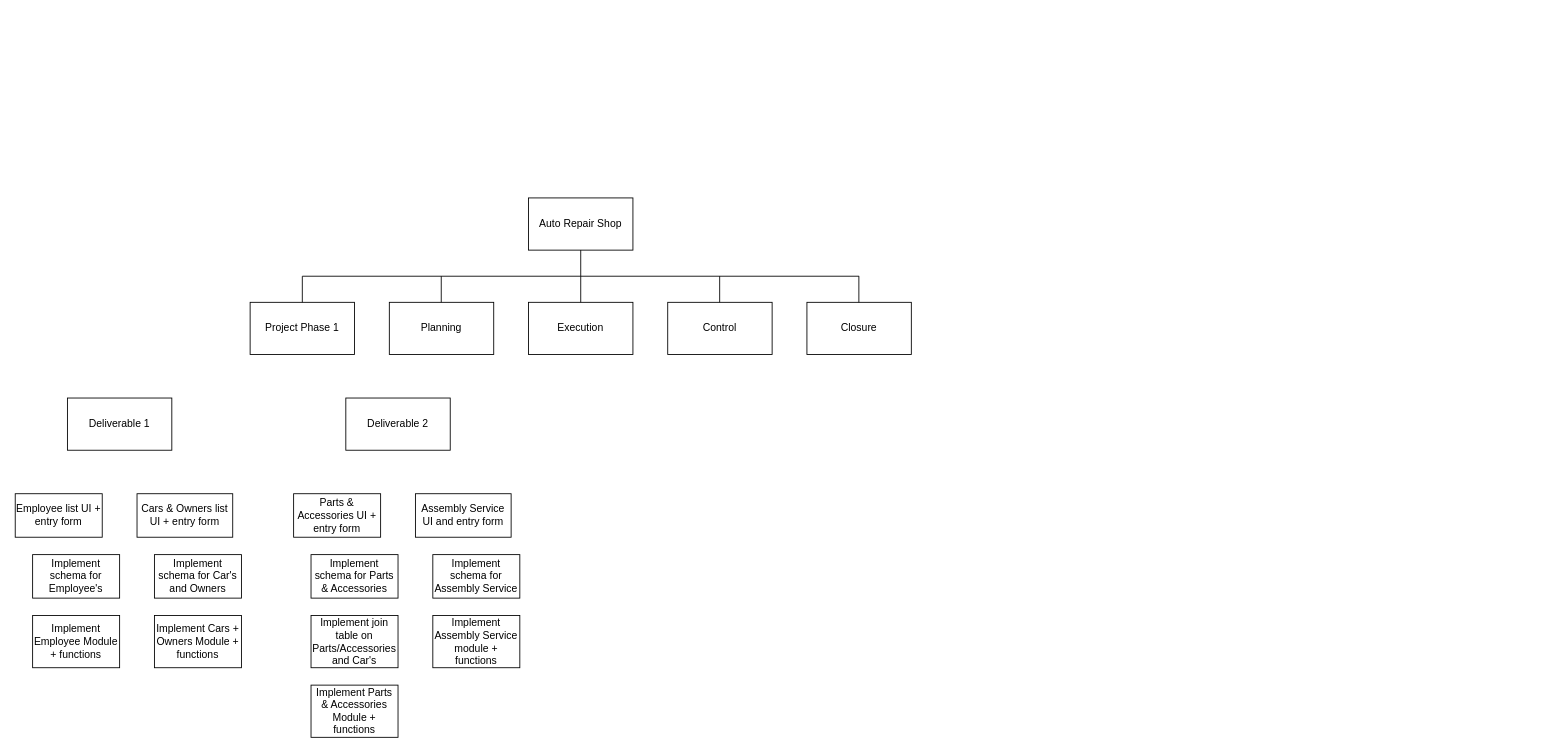
Above: AutoRepairHybrid.drawio in DylanBriSmith/4313Drawings (draw.io), before the change. Source tidied: cells renumbered, new cells numbered last; positions are measured from the earlier drawing's top-left corner, leaving out a move shared by most shapes. Both pictures are drawn from the tidied source at 87%, with x=0, y=0 at pixel (15, 197).
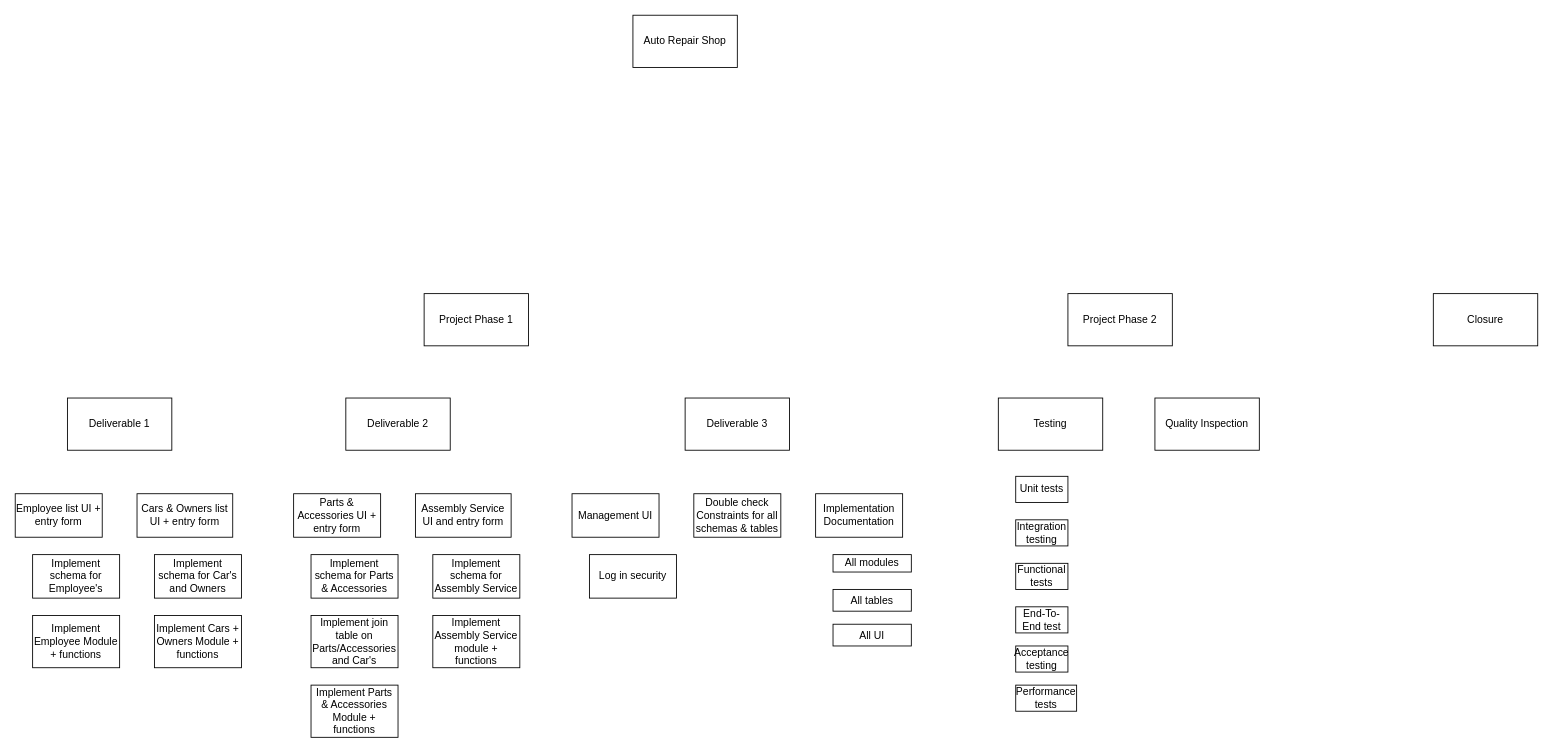
Above is the later version.

Change to the diagram source:
```diff
@@
     <mxCell id="2" value="Auto Repair Shop" style="rounded=0;whiteSpace=wrap;html=1;" parent="1" vertex="1">
-      <mxGeometry x="590" width="120" height="60" as="geometry" />
+      <mxGeometry x="710" y="-210" width="120" height="60" as="geometry" />
     </mxCell>
     <mxCell id="3" value="Project Phase 1" style="rounded=0;whiteSpace=wrap;html=1;" parent="1" vertex="1">
-      <mxGeometry x="270" y="120" width="120" height="60" as="geometry" />
+      <mxGeometry x="470" y="110" width="120" height="60" as="geometry" />
     </mxCell>
-    <mxCell id="4" value="Planning" style="rounded=0;whiteSpace=wrap;html=1;" parent="1" vertex="1">
-      <mxGeometry x="430" y="120" width="120" height="60" as="geometry" />
-    </mxCell>
-    <mxCell id="5" value="Execution" style="rounded=0;whiteSpace=wrap;html=1;" parent="1" vertex="1">
-      <mxGeometry x="590" y="120" width="120" height="60" as="geometry" />
-    </mxCell>
-    <mxCell id="6" value="Control" style="rounded=0;whiteSpace=wrap;html=1;" parent="1" vertex="1">
-      <mxGeometry x="750" y="120" width="120" height="60" as="geometry" />
-    </mxCell>
-    <mxCell id="7" value="Closure" style="rounded=0;whiteSpace=wrap;html=1;" parent="1" vertex="1">
-      <mxGeometry x="910" y="120" width="120" height="60" as="geometry" />
-    </mxCell>
-    <mxCell id="8" style="endArrow=none;html=1;rounded=0;entryX=0.5;entryY=1;entryDx=0;entryDy=0;" parent="1" edge="1" source="5" target="2">
-      <mxGeometry relative="1" as="geometry" />
-    </mxCell>
-    <mxCell id="9" style="endArrow=none;html=1;rounded=0;" parent="1" edge="1">
-      <mxGeometry relative="1" as="geometry">
-        <mxPoint x="330" y="90" as="sourcePoint" />
-        <mxPoint x="650" y="90" as="targetPoint" />
-      </mxGeometry>
-    </mxCell>
-    <mxCell id="10" style="endArrow=none;html=1;rounded=0;" parent="1" edge="1">
-      <mxGeometry relative="1" as="geometry">
-        <mxPoint x="650" y="90" as="sourcePoint" />
-        <mxPoint x="970" y="90" as="targetPoint" />
-      </mxGeometry>
-    </mxCell>
-    <mxCell id="11" style="endArrow=none;html=1;rounded=0;" parent="1" edge="1" source="3">
-      <mxGeometry relative="1" as="geometry">
-        <mxPoint x="330" y="90" as="targetPoint" />
-      </mxGeometry>
-    </mxCell>
-    <mxCell id="12" style="endArrow=none;html=1;rounded=0;" parent="1" edge="1">
-      <mxGeometry relative="1" as="geometry">
-        <mxPoint x="489.7" y="120" as="sourcePoint" />
-        <mxPoint x="489.7" y="90" as="targetPoint" />
-      </mxGeometry>
-    </mxCell>
-    <mxCell id="13" style="endArrow=none;html=1;rounded=0;" parent="1" edge="1">
-      <mxGeometry relative="1" as="geometry">
-        <mxPoint x="809.7" y="120" as="sourcePoint" />
-        <mxPoint x="809.7" y="90" as="targetPoint" />
-      </mxGeometry>
-    </mxCell>
-    <mxCell id="14" style="endArrow=none;html=1;rounded=0;" parent="1" edge="1">
-      <mxGeometry relative="1" as="geometry">
-        <mxPoint x="969.7" y="120" as="sourcePoint" />
-        <mxPoint x="969.7" y="90" as="targetPoint" />
-      </mxGeometry>
-    </mxCell>
@@
+    <mxCell id="30" value="Deliverable 3" style="rounded=0;whiteSpace=wrap;html=1;" parent="1" vertex="1">
+      <mxGeometry x="770" y="230" width="120" height="60" as="geometry" />
+    </mxCell>
+    <mxCell id="31" value="Management UI" style="rounded=0;whiteSpace=wrap;html=1;" parent="1" vertex="1">
+      <mxGeometry x="640" y="340" width="100" height="50" as="geometry" />
+    </mxCell>
+    <mxCell id="32" value="Double check Constraints for all schemas &amp;amp; tables" style="rounded=0;whiteSpace=wrap;html=1;" parent="1" vertex="1">
+      <mxGeometry x="780" y="340" width="100" height="50" as="geometry" />
+    </mxCell>
+    <mxCell id="33" value="Log in security" style="rounded=0;whiteSpace=wrap;html=1;" parent="1" vertex="1">
+      <mxGeometry x="660" y="410" width="100" height="50" as="geometry" />
+    </mxCell>
+    <mxCell id="34" value="Implementation&lt;div&gt;Documentation&lt;/div&gt;" style="rounded=0;whiteSpace=wrap;html=1;" parent="1" vertex="1">
+      <mxGeometry x="920" y="340" width="100" height="50" as="geometry" />
+    </mxCell>
+    <mxCell id="35" value="All modules" style="rounded=0;whiteSpace=wrap;html=1;" parent="1" vertex="1">
+      <mxGeometry x="940" y="410" width="90" height="20" as="geometry" />
+    </mxCell>
+    <mxCell id="36" value="All tables" style="rounded=0;whiteSpace=wrap;html=1;" parent="1" vertex="1">
+      <mxGeometry x="940" y="450" width="90" height="25" as="geometry" />
+    </mxCell>
+    <mxCell id="37" value="All UI" style="rounded=0;whiteSpace=wrap;html=1;" parent="1" vertex="1">
+      <mxGeometry x="940" y="490" width="90" height="25" as="geometry" />
+    </mxCell>
+    <mxCell id="38" value="Project Phase 2" style="rounded=0;whiteSpace=wrap;html=1;" parent="1" vertex="1">
+      <mxGeometry x="1210" y="110" width="120" height="60" as="geometry" />
+    </mxCell>
+    <mxCell id="39" value="Testing" style="rounded=0;whiteSpace=wrap;html=1;" parent="1" vertex="1">
+      <mxGeometry x="1130" y="230" width="120" height="60" as="geometry" />
+    </mxCell>
+    <mxCell id="40" value="Unit tests" style="rounded=0;whiteSpace=wrap;html=1;" parent="1" vertex="1">
+      <mxGeometry x="1150" y="320" width="60" height="30" as="geometry" />
+    </mxCell>
+    <mxCell id="41" value="Integration testing" style="rounded=0;whiteSpace=wrap;html=1;" parent="1" vertex="1">
+      <mxGeometry x="1150" y="370" width="60" height="30" as="geometry" />
+    </mxCell>
+    <mxCell id="42" value="Functional tests" style="rounded=0;whiteSpace=wrap;html=1;" parent="1" vertex="1">
+      <mxGeometry x="1150" y="420" width="60" height="30" as="geometry" />
+    </mxCell>
+    <mxCell id="43" value="End-To-End test" style="rounded=0;whiteSpace=wrap;html=1;" parent="1" vertex="1">
+      <mxGeometry x="1150" y="470" width="60" height="30" as="geometry" />
+    </mxCell>
+    <mxCell id="44" value="Acceptance testing" style="rounded=0;whiteSpace=wrap;html=1;" parent="1" vertex="1">
+      <mxGeometry x="1150" y="515" width="60" height="30" as="geometry" />
+    </mxCell>
+    <mxCell id="45" value="Performance tests" style="rounded=0;whiteSpace=wrap;html=1;" parent="1" vertex="1">
+      <mxGeometry x="1150" y="560" width="70" height="30" as="geometry" />
+    </mxCell>
+    <mxCell id="46" value="Quality Inspection" style="rounded=0;whiteSpace=wrap;html=1;" parent="1" vertex="1">
+      <mxGeometry x="1310" y="230" width="120" height="60" as="geometry" />
+    </mxCell>
+    <mxCell id="7" value="Closure" style="rounded=0;whiteSpace=wrap;html=1;" parent="1" vertex="1">
+      <mxGeometry x="1630" y="110" width="120" height="60" as="geometry" />
+    </mxCell>
```
